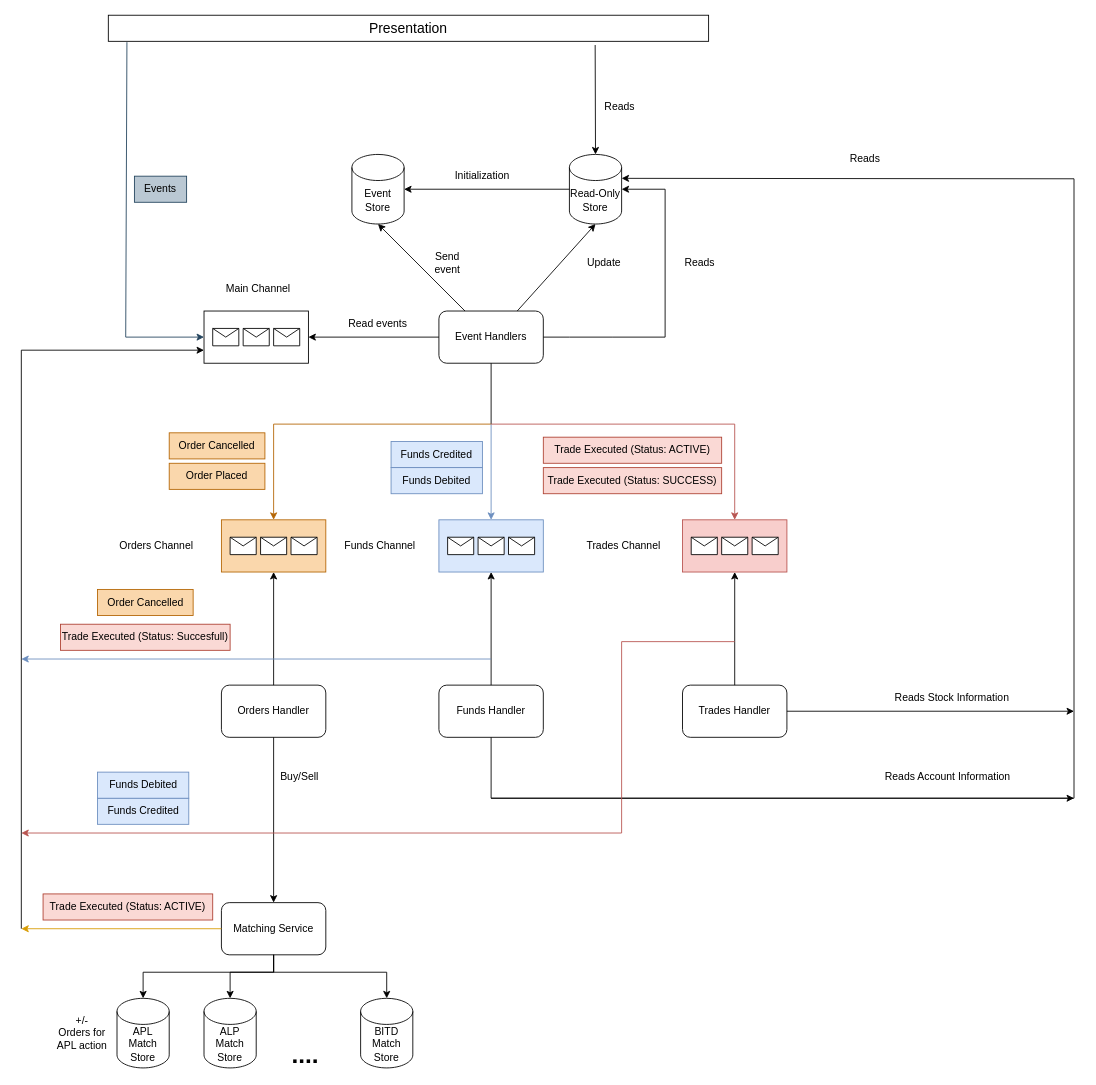
The draw.io diagram docs/trading_system.drawio in Raul072103/TradingApp, before the edit. Source tidied: cells renumbered, new cells numbered last; positions are measured from the earlier drawing's top-left corner, leaving out a move shared by most shapes. Both pictures are drawn from the tidied source at 87%, with x=0, y=0 at pixel (21, 15).
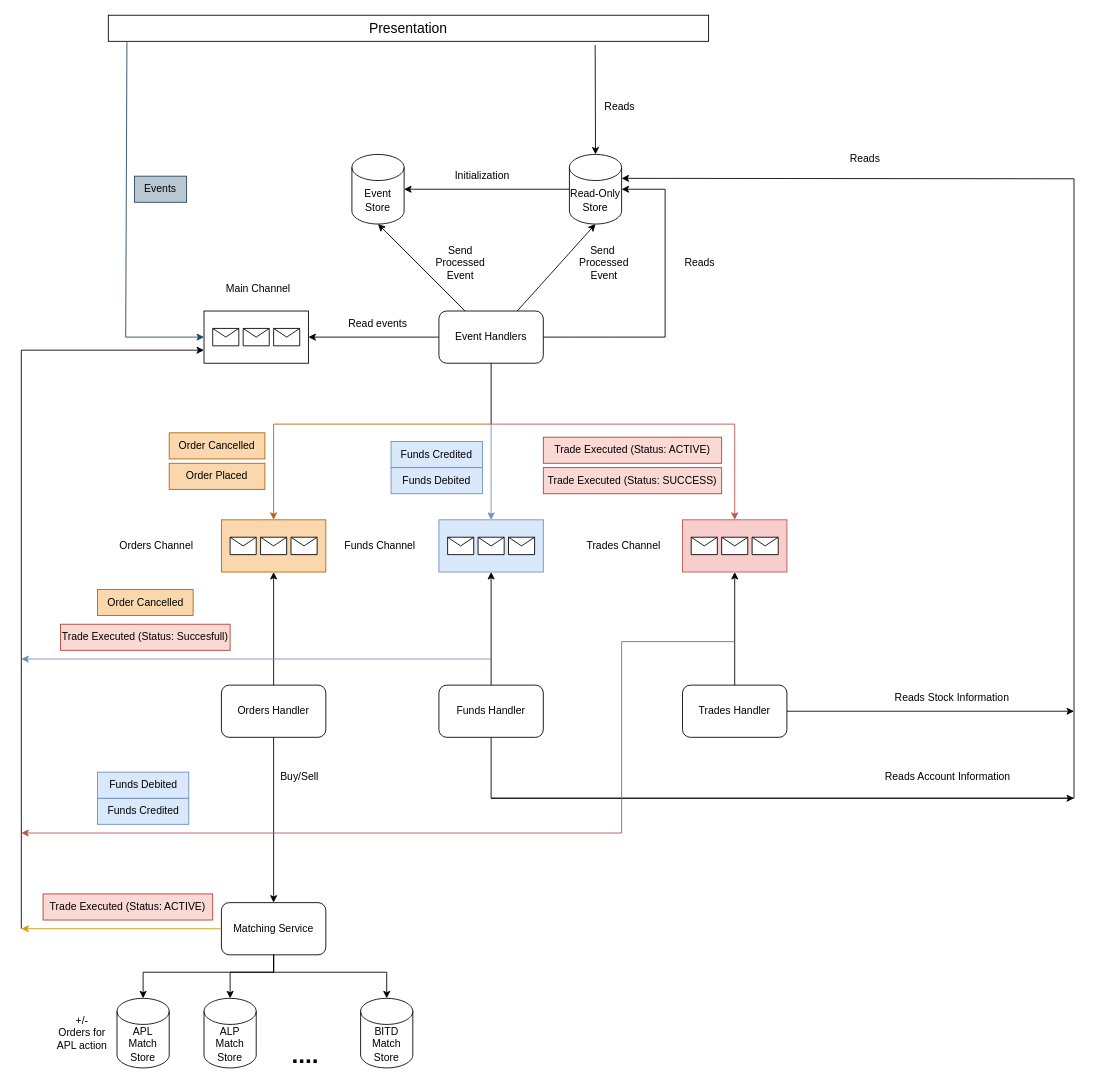
After the change.

Commit message:
fix: spelling mistake

The edit, as a diff of the source:
```diff
@@
-    <mxCell id="18" value="Send&lt;br&gt;event" style="text;html=1;strokeColor=none;fillColor=none;align=center;verticalAlign=middle;whiteSpace=wrap;rounded=0;" parent="1" vertex="1">
-      <mxGeometry x="460" y="270" width="60" height="30" as="geometry" />
+    <mxCell id="18" value="Send&lt;br&gt;Processed&lt;br&gt;Event" style="text;html=1;strokeColor=none;fillColor=none;align=center;verticalAlign=middle;whiteSpace=wrap;rounded=0;" parent="1" vertex="1">
+      <mxGeometry x="475" y="270" width="60" height="30" as="geometry" />
     </mxCell>
-    <mxCell id="19" value="Update" style="text;html=1;strokeColor=none;fillColor=none;align=center;verticalAlign=middle;whiteSpace=wrap;rounded=0;" parent="1" vertex="1">
+    <mxCell id="19" value="Send&amp;nbsp;&lt;br&gt;Processed&lt;br&gt;Event" style="text;html=1;strokeColor=none;fillColor=none;align=center;verticalAlign=middle;whiteSpace=wrap;rounded=0;" parent="1" vertex="1">
       <mxGeometry x="640" y="270" width="60" height="30" as="geometry" />
     </mxCell>
```
